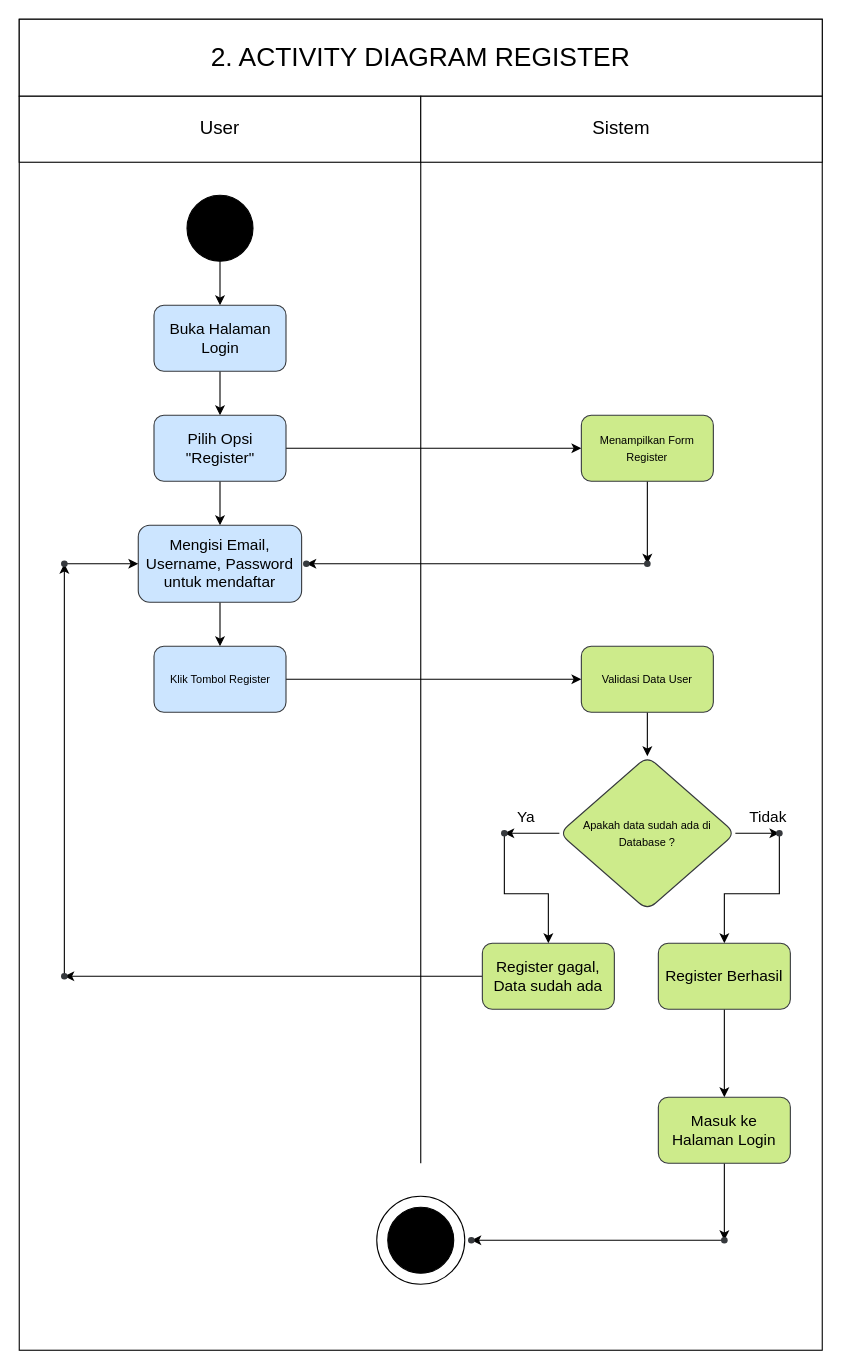
Above: UML/ACTIVITY DIAGRAM/REGISTER_Diagram.drawio in dandyramadhan/kel4_RPL_R7P (draw.io), before the change. Source tidied: cells renumbered, new cells numbered last; positions are measured from the earlier drawing's top-left corner, leaving out a move shared by most shapes. Both pictures are drawn from the tidied source at 110%, with x=0, y=0 at pixel (19, 19).
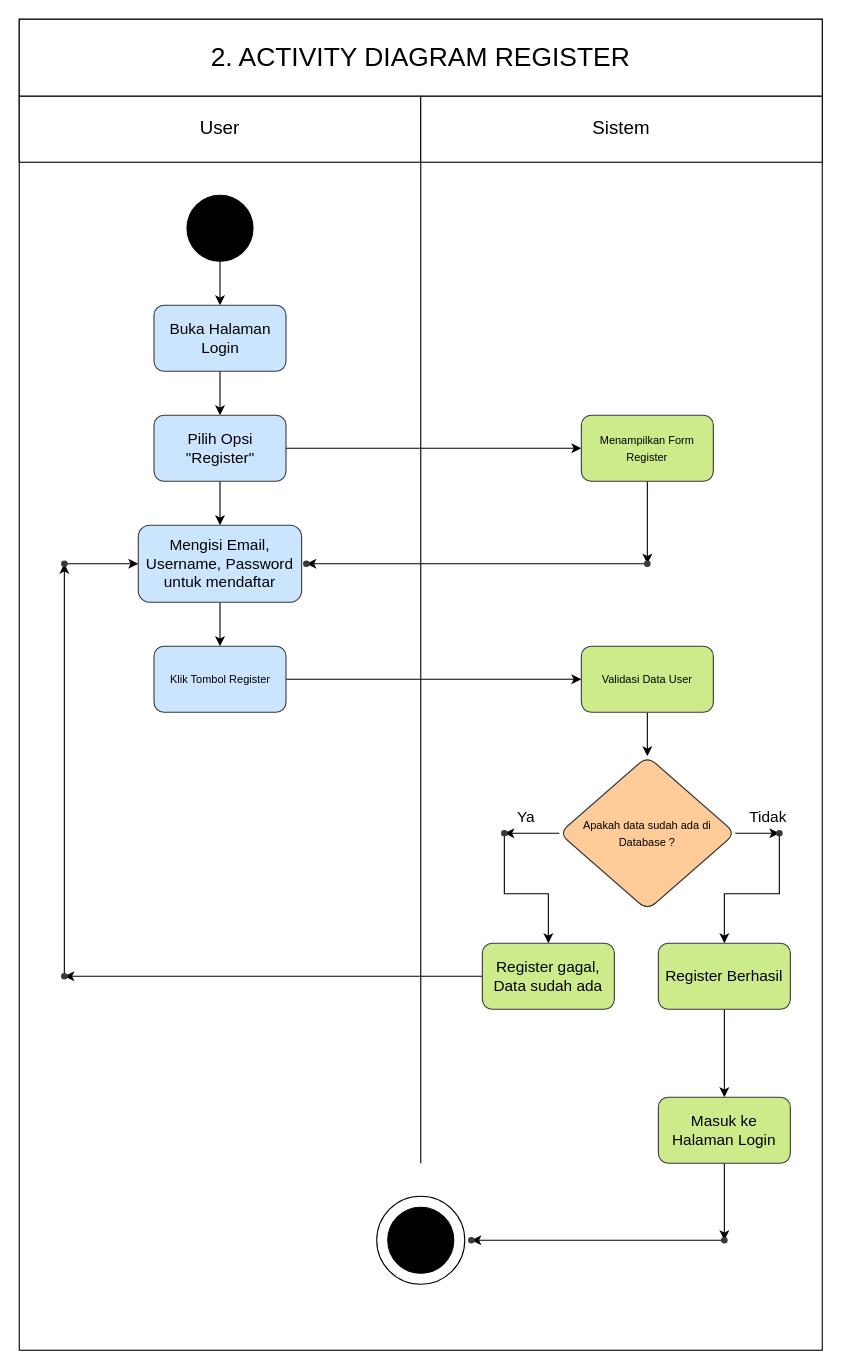
The same page after the edit.

Commit message (it also covers changes not shown here):
update Activity Diagram

Change to the diagram source:
```diff
@@
-    <mxCell id="27" value="&lt;font size=&quot;1&quot;&gt;Apakah data sudah ada di Database ?&lt;/font&gt;" style="rhombus;whiteSpace=wrap;html=1;shapeInside=1;fillColor=#cdeb8b;strokeColor=#36393d;rounded=1;" parent="1" vertex="1">
+    <mxCell id="27" value="&lt;font size=&quot;1&quot;&gt;Apakah data sudah ada di Database ?&lt;/font&gt;" style="rhombus;whiteSpace=wrap;html=1;shapeInside=1;fillColor=#ffcc99;strokeColor=#36393d;rounded=1;" parent="1" vertex="1">
       <mxGeometry x="491" y="670" width="160" height="140" as="geometry" />
     </mxCell>
```
